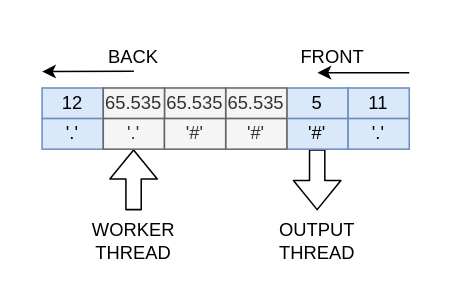
Earlier version of the draw.io diagram page "output-queue" (2 of 2) of report/mandelbrot/assets/queues.drawio (SoulKa/cds-s-2021). Source tidied: cells renumbered, new cells numbered last; positions are measured from the earlier drawing's top-left corner, leaving out a move shared by most shapes. Both pictures are drawn from the tidied source at 153%, with x=0, y=0 at pixel (41, 41).
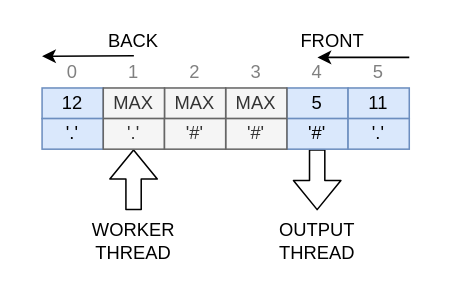
Above is the later version.

What changed in the source:
```diff
@@
+    <mxCell id="22" style="rounded=0;whiteSpace=wrap;html=1;fillColor=none;strokeColor=none;" parent="1" vertex="1">
+      <mxGeometry x="-10" y="-10" width="260" height="160" as="geometry" />
+    </mxCell>
@@
-    <mxCell id="5" value="65.535" style="rounded=0;whiteSpace=wrap;html=1;fillColor=#f5f5f5;strokeColor=#666666;fontColor=#333333;" parent="1" vertex="1">
+    <mxCell id="5" value="MAX" style="rounded=0;whiteSpace=wrap;html=1;fillColor=#f5f5f5;strokeColor=#666666;fontColor=#333333;" parent="1" vertex="1">
       <mxGeometry x="120" y="30" width="40" height="20" as="geometry" />
     </mxCell>
-    <mxCell id="6" value="65.535" style="rounded=0;whiteSpace=wrap;html=1;fillColor=#f5f5f5;strokeColor=#666666;fontColor=#333333;" parent="1" vertex="1">
+    <mxCell id="6" value="MAX" style="rounded=0;whiteSpace=wrap;html=1;fillColor=#f5f5f5;strokeColor=#666666;fontColor=#333333;" parent="1" vertex="1">
       <mxGeometry x="80" y="30" width="40" height="20" as="geometry" />
     </mxCell>
@@
-    <mxCell id="9" value="65.535" style="rounded=0;whiteSpace=wrap;html=1;fillColor=#f5f5f5;strokeColor=#666666;fontColor=#333333;" parent="1" vertex="1">
+    <mxCell id="9" value="MAX" style="rounded=0;whiteSpace=wrap;html=1;fillColor=#f5f5f5;strokeColor=#666666;fontColor=#333333;" parent="1" vertex="1">
       <mxGeometry x="40" y="30" width="40" height="20" as="geometry" />
     </mxCell>
@@
     <mxCell id="18" value="FRONT" style="text;html=1;strokeColor=none;fillColor=none;align=center;verticalAlign=middle;whiteSpace=wrap;rounded=0;" parent="1" vertex="1">
-      <mxGeometry x="170" width="40" height="20" as="geometry" />
+      <mxGeometry x="170" y="-10" width="40" height="20" as="geometry" />
     </mxCell>
     <mxCell id="19" value="BACK" style="text;html=1;strokeColor=none;fillColor=none;align=center;verticalAlign=middle;whiteSpace=wrap;rounded=0;" parent="1" vertex="1">
-      <mxGeometry x="40" width="40" height="20" as="geometry" />
+      <mxGeometry x="40" y="-10" width="40" height="20" as="geometry" />
     </mxCell>
     <mxCell id="20" style="endArrow=classic;html=1;" parent="1" edge="1">
       <mxGeometry relative="1" as="geometry">
-        <mxPoint x="240" y="20" as="sourcePoint" />
-        <mxPoint x="180" y="20" as="targetPoint" />
+        <mxPoint x="240" y="10" as="sourcePoint" />
+        <mxPoint x="180" y="10" as="targetPoint" />
       </mxGeometry>
     </mxCell>
     <mxCell id="21" style="endArrow=classic;html=1;" parent="1" edge="1">
       <mxGeometry relative="1" as="geometry">
-        <mxPoint x="60" y="19" as="sourcePoint" />
-        <mxPoint y="19.3" as="targetPoint" />
+        <mxPoint x="60" y="9" as="sourcePoint" />
+        <mxPoint y="9.3" as="targetPoint" />
       </mxGeometry>
     </mxCell>
+    <mxCell id="23" value="0" style="text;html=1;strokeColor=none;fillColor=none;align=center;verticalAlign=middle;whiteSpace=wrap;rounded=0;fontColor=#808080;" parent="1" vertex="1">
+      <mxGeometry x="15" y="10" width="10" height="20" as="geometry" />
+    </mxCell>
+    <mxCell id="24" value="1" style="text;html=1;strokeColor=none;fillColor=none;align=center;verticalAlign=middle;whiteSpace=wrap;rounded=0;fontColor=#808080;" parent="1" vertex="1">
+      <mxGeometry x="55" y="10" width="10" height="20" as="geometry" />
+    </mxCell>
+    <mxCell id="25" value="2" style="text;html=1;strokeColor=none;fillColor=none;align=center;verticalAlign=middle;whiteSpace=wrap;rounded=0;fontColor=#808080;" parent="1" vertex="1">
+      <mxGeometry x="95" y="10" width="10" height="20" as="geometry" />
+    </mxCell>
+    <mxCell id="26" value="3" style="text;html=1;strokeColor=none;fillColor=none;align=center;verticalAlign=middle;whiteSpace=wrap;rounded=0;fontColor=#808080;" parent="1" vertex="1">
+      <mxGeometry x="135" y="10" width="10" height="20" as="geometry" />
+    </mxCell>
+    <mxCell id="27" value="4" style="text;html=1;strokeColor=none;fillColor=none;align=center;verticalAlign=middle;whiteSpace=wrap;rounded=0;fontColor=#808080;" parent="1" vertex="1">
+      <mxGeometry x="175" y="10" width="10" height="20" as="geometry" />
+    </mxCell>
+    <mxCell id="28" value="5" style="text;html=1;strokeColor=none;fillColor=none;align=center;verticalAlign=middle;whiteSpace=wrap;rounded=0;fontColor=#808080;" parent="1" vertex="1">
+      <mxGeometry x="215" y="10" width="10" height="20" as="geometry" />
+    </mxCell>
```
